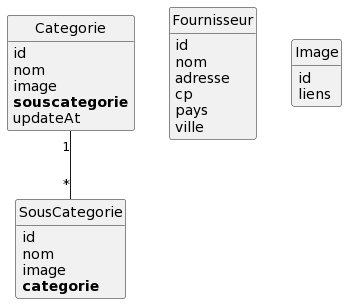
This is ShopMaquette/puml/index.png from Gispsy/ShopMaquette, a PlantUML export, as it was before one commit.
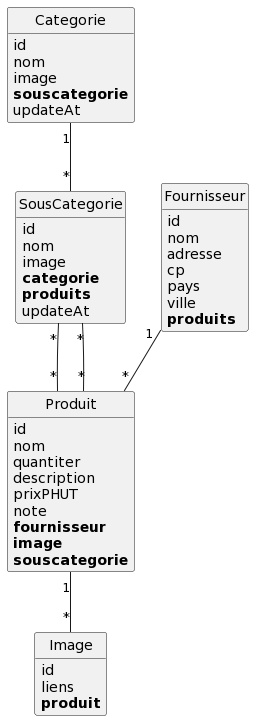
After the change.

What changed in the source:
```diff
@@ -14,11 +14,25 @@
 	cp
 	pays
 	ville
+	**produits**
 }
 
 class Image {
 	id
 	liens
+	**produit**
+}
+
+class Produit {
+	id
+	nom
+	quantiter
+	description
+	prixPHUT
+	note
+	**fournisseur**
+	**image**
+	**souscategorie**
 }
 
 class SousCategorie {
@@ -26,9 +40,15 @@
 	nom
 	image
 	**categorie**
+	**produits**
+	updateAt
 }
 
 Categorie "1"--"*" SousCategorie
+Fournisseur "1"--"*" Produit
+Produit "1"--"*" Image
+Produit "*"--"*" SousCategorie
+SousCategorie "*"--"*" Produit
 
 
 hide methods
```
